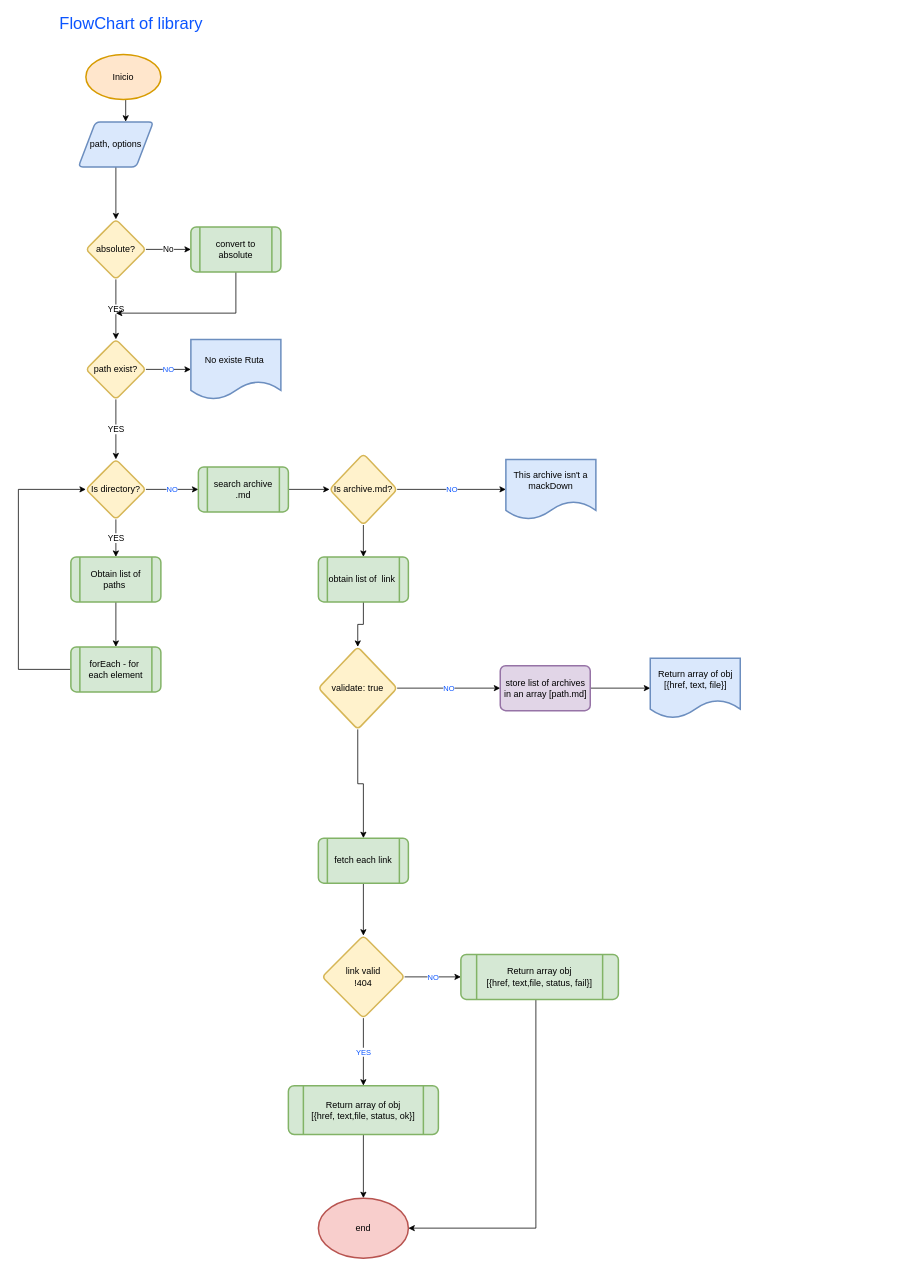
This is doc/flowchart-mdlink.drawio from dmarinel/mdlinks, a draw.io file, before an edit. Source tidied: cells renumbered, new cells numbered last; positions are measured from the earlier drawing's top-left corner, leaving out a move shared by most shapes. Both pictures are drawn from the tidied source at 75%, with x=0, y=0 at pixel (18, 13).
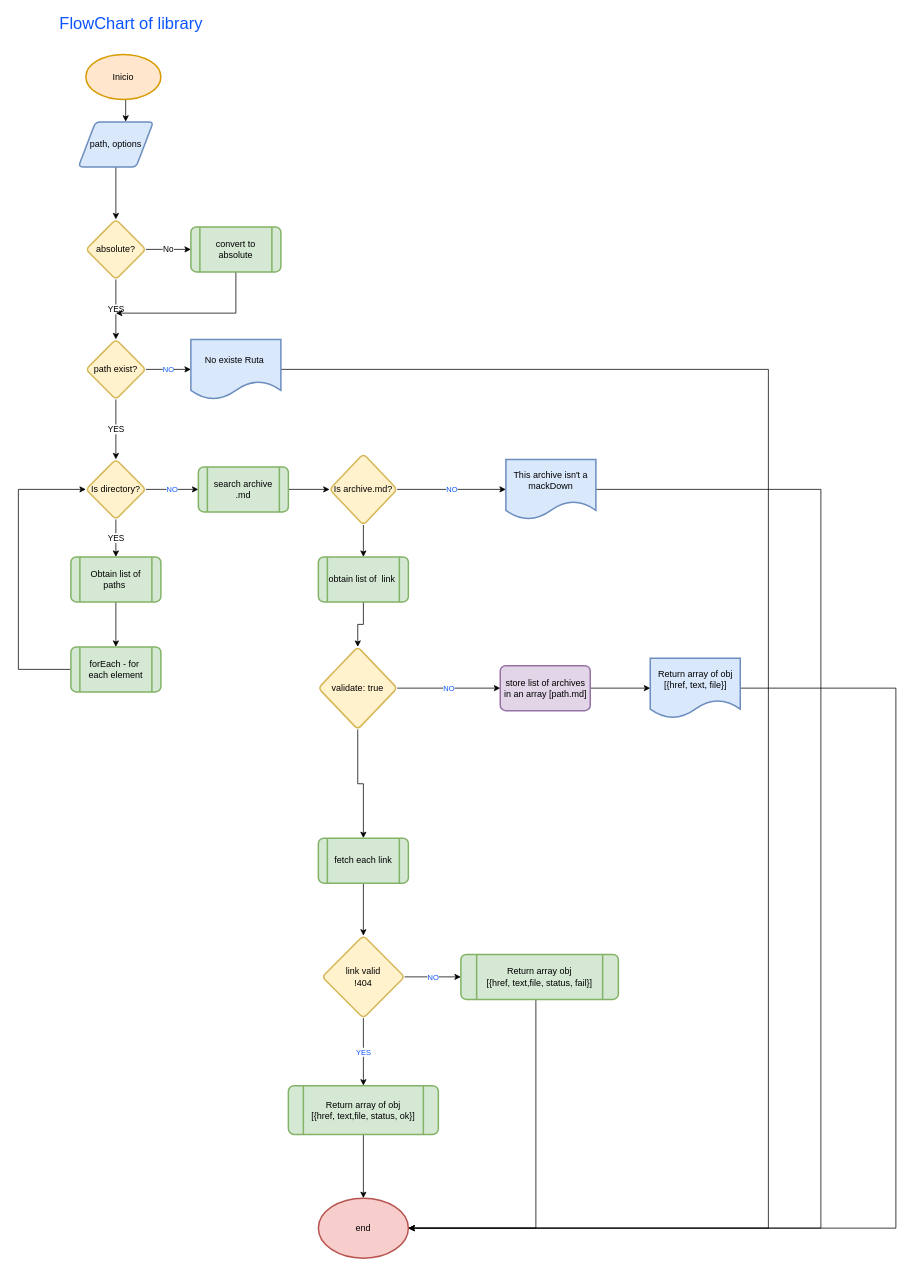
Above is the later version.

Unchanged cells that the change refers to:
```xml
<mxCell id="22" value="No existe Ruta&amp;nbsp;" style="shape=document;whiteSpace=wrap;html=1;boundedLbl=1;rounded=1;strokeWidth=2;arcSize=12;fillColor=#dae8fc;strokeColor=#6c8ebf;" parent="1" vertex="1">
  <mxGeometry x="230" y="435" width="120" height="80" as="geometry" />
</mxCell>
<mxCell id="29" value="This archive isn't a mackDown" style="shape=document;whiteSpace=wrap;html=1;boundedLbl=1;rounded=1;strokeWidth=2;arcSize=12;fillColor=#dae8fc;strokeColor=#6c8ebf;" parent="1" vertex="1">
  <mxGeometry x="650" y="595" width="120" height="80" as="geometry" />
</mxCell>
<mxCell id="37" value="Return array of obj&lt;br&gt;[{href, text, file}]" style="shape=document;whiteSpace=wrap;html=1;boundedLbl=1;rounded=1;strokeWidth=2;arcSize=12;fillColor=#dae8fc;strokeColor=#6c8ebf;" parent="1" vertex="1">
  <mxGeometry x="842.5" y="860" width="120" height="80" as="geometry" />
</mxCell>
<mxCell id="47" value="end" style="ellipse;whiteSpace=wrap;html=1;rounded=1;strokeColor=#b85450;strokeWidth=2;fillColor=#f8cecc;arcSize=12;" parent="1" vertex="1">
  <mxGeometry x="400" y="1580" width="120" height="80" as="geometry" />
</mxCell>
```

Change to the diagram source:
```diff
@@
+    <mxCell id="48" style="edgeStyle=orthogonalEdgeStyle;rounded=0;jettySize=auto;html=1;entryX=0;entryY=0.5;entryDx=0;entryDy=0;" parent="1" edge="1" source="22" target="47">
+      <mxGeometry relative="1" as="geometry">
+        <Array as="points">
+          <mxPoint x="1000" y="475" />
+          <mxPoint x="1000" y="1620" />
+        </Array>
+      </mxGeometry>
+    </mxCell>
@@
+    <mxCell id="49" style="edgeStyle=orthogonalEdgeStyle;rounded=0;jettySize=auto;html=1;entryX=1;entryY=0.5;entryDx=0;entryDy=0;" parent="1" edge="1" source="29" target="47">
+      <mxGeometry relative="1" as="geometry">
+        <Array as="points">
+          <mxPoint x="1070" y="635" />
+          <mxPoint x="1070" y="1620" />
+        </Array>
+      </mxGeometry>
+    </mxCell>
@@
+    <mxCell id="50" style="edgeStyle=orthogonalEdgeStyle;rounded=0;jettySize=auto;html=1;entryX=1;entryY=0.5;entryDx=0;entryDy=0;" parent="1" edge="1" source="37" target="47">
+      <mxGeometry relative="1" as="geometry">
+        <Array as="points">
+          <mxPoint x="1170" y="900" />
+          <mxPoint x="1170" y="1620" />
+        </Array>
+      </mxGeometry>
+    </mxCell>
```
